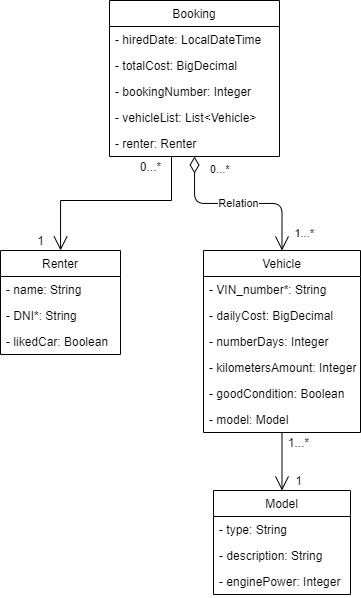
Above: docs/car-hire.models.png in miw-upm/apaw-practice (draw.io), before the change. Source tidied: cells renumbered, new cells last; positions are measured from the earlier drawing's top-left corner, leaving out a move shared by most shapes.
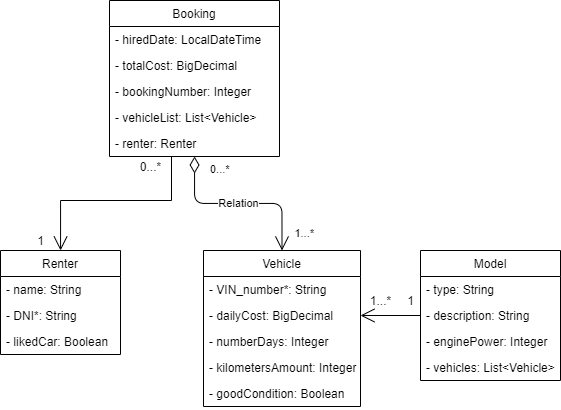
After the commit.

Commit message:
Updated UML & car_hire models #26

What changed in the source:
```diff
@@ -33,7 +33,7 @@
       <mxGeometry y="130" width="170" height="26" as="geometry" />
     </mxCell>
     <mxCell id="12" value="Vehicle" style="swimlane;fontStyle=0;horizontal=1;startSize=26;fillColor=none;" parent="1" vertex="1">
-      <mxGeometry x="203" y="250" width="157" height="182" as="geometry" />
+      <mxGeometry x="203" y="250" width="157" height="156" as="geometry" />
     </mxCell>
     <mxCell id="13" value="- VIN_number*: String" style="text;strokeColor=none;fillColor=none;align=left;verticalAlign=top;spacingLeft=4;spacingRight=4;overflow=hidden;" parent="12" vertex="1">
       <mxGeometry y="26" width="157" height="26" as="geometry" />
@@ -50,21 +50,21 @@
     <mxCell id="17" value="- goodCondition: Boolean" style="text;strokeColor=none;fillColor=none;align=left;verticalAlign=top;spacingLeft=4;spacingRight=4;overflow=hidden;" parent="12" vertex="1">
       <mxGeometry y="130" width="157" height="26" as="geometry" />
     </mxCell>
-    <mxCell id="18" value="- model: Model" style="text;strokeColor=none;fillColor=none;align=left;verticalAlign=top;spacingLeft=4;spacingRight=4;overflow=hidden;" parent="12" vertex="1">
-      <mxGeometry y="156" width="157" height="26" as="geometry" />
-    </mxCell>
     <mxCell id="19" value="Model" style="swimlane;fontStyle=0;horizontal=1;startSize=26;fillColor=none;" parent="1" vertex="1">
-      <mxGeometry x="213" y="490" width="137" height="104" as="geometry" />
+      <mxGeometry x="420" y="250" width="140" height="130" as="geometry" />
     </mxCell>
     <mxCell id="20" value="- type: String" style="text;strokeColor=none;fillColor=none;align=left;verticalAlign=top;spacingLeft=4;spacingRight=4;overflow=hidden;" parent="19" vertex="1">
-      <mxGeometry y="26" width="137" height="26" as="geometry" />
+      <mxGeometry y="26" width="140" height="26" as="geometry" />
     </mxCell>
     <mxCell id="21" value="- description: String" style="text;strokeColor=none;fillColor=none;align=left;verticalAlign=top;spacingLeft=4;spacingRight=4;overflow=hidden;" parent="19" vertex="1">
-      <mxGeometry y="52" width="137" height="26" as="geometry" />
+      <mxGeometry y="52" width="140" height="26" as="geometry" />
     </mxCell>
     <mxCell id="22" value="- enginePower: Integer" style="text;strokeColor=none;fillColor=none;align=left;verticalAlign=top;spacingLeft=4;spacingRight=4;overflow=hidden;" parent="19" vertex="1">
-      <mxGeometry y="78" width="137" height="26" as="geometry" />
+      <mxGeometry y="78" width="140" height="26" as="geometry" />
     </mxCell>
+    <mxCell id="32" value="- vehicles: List&lt;Vehicle&gt;" style="text;strokeColor=none;fillColor=none;align=left;verticalAlign=top;spacingLeft=4;spacingRight=4;overflow=hidden;" parent="19" vertex="1">
+      <mxGeometry y="104" width="140" height="26" as="geometry" />
+    </mxCell>
     <mxCell id="23" value="Relation" style="endArrow=open;html=1;endSize=12;startArrow=diamondThin;startSize=14;startFill=0;edgeStyle=orthogonalEdgeStyle;entryX=0.5;entryY=0;entryDx=0;entryDy=0;" parent="1" edge="1" source="6" target="12">
       <mxGeometry relative="1" as="geometry" />
     </mxCell>
@@ -87,10 +87,10 @@
       </mxGeometry>
     </mxCell>
     <mxCell id="27" value="1...*" style="text;html=1;align=center;verticalAlign=middle;fillColor=none;strokeColor=none;rounded=0;" parent="1" vertex="1">
-      <mxGeometry x="278" y="432" width="40" height="20" as="geometry" />
+      <mxGeometry x="360" y="290" width="40" height="20" as="geometry" />
     </mxCell>
     <mxCell id="28" value="1" style="text;html=1;align=center;verticalAlign=middle;fillColor=none;strokeColor=none;rounded=0;" parent="1" vertex="1">
-      <mxGeometry x="288" y="470" width="20" height="20" as="geometry" />
+      <mxGeometry x="400" y="290" width="20" height="20" as="geometry" />
     </mxCell>
     <mxCell id="29" value="0...*" style="text;html=1;align=center;verticalAlign=middle;fillColor=none;strokeColor=none;rounded=0;" parent="1" vertex="1">
       <mxGeometry x="130" y="156" width="40" height="20" as="geometry" />
@@ -98,8 +98,13 @@
     <mxCell id="30" value="1" style="text;html=1;align=center;verticalAlign=middle;fillColor=none;strokeColor=none;rounded=0;" parent="1" vertex="1">
       <mxGeometry x="30" y="230" width="20" height="20" as="geometry" />
     </mxCell>
-    <mxCell id="31" style="endArrow=open;endFill=1;endSize=12;html=1;rounded=0;edgeStyle=orthogonalEdgeStyle;" parent="1" edge="1" source="12" target="19">
-      <mxGeometry relative="1" as="geometry" />
+    <mxCell id="31" style="endArrow=open;endFill=1;endSize=12;html=1;rounded=0;edgeStyle=orthogonalEdgeStyle;" parent="1" edge="1" source="19" target="12">
+      <mxGeometry relative="1" as="geometry">
+        <Array as="points">
+          <mxPoint x="430" y="328" />
+          <mxPoint x="430" y="328" />
+        </Array>
+      </mxGeometry>
     </mxCell>
   </root>
 </mxGraphModel>
```
